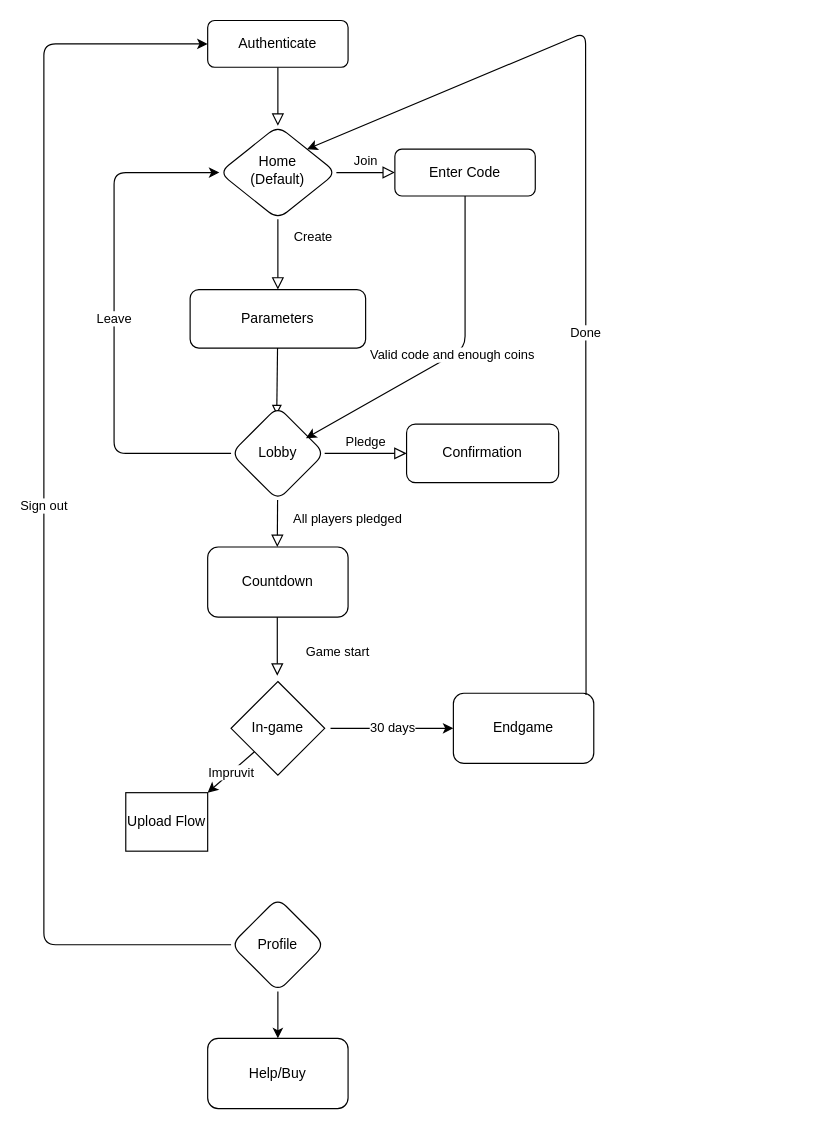
The draw.io diagram Impruvit.drawio in jasontran38/Impruvit, before the edit. Source tidied: cells renumbered, new cells numbered last; positions are measured from the earlier drawing's top-left corner, leaving out a move shared by most shapes. Both pictures are drawn from the tidied source at 117%, with x=0, y=0 at pixel (43, 20).
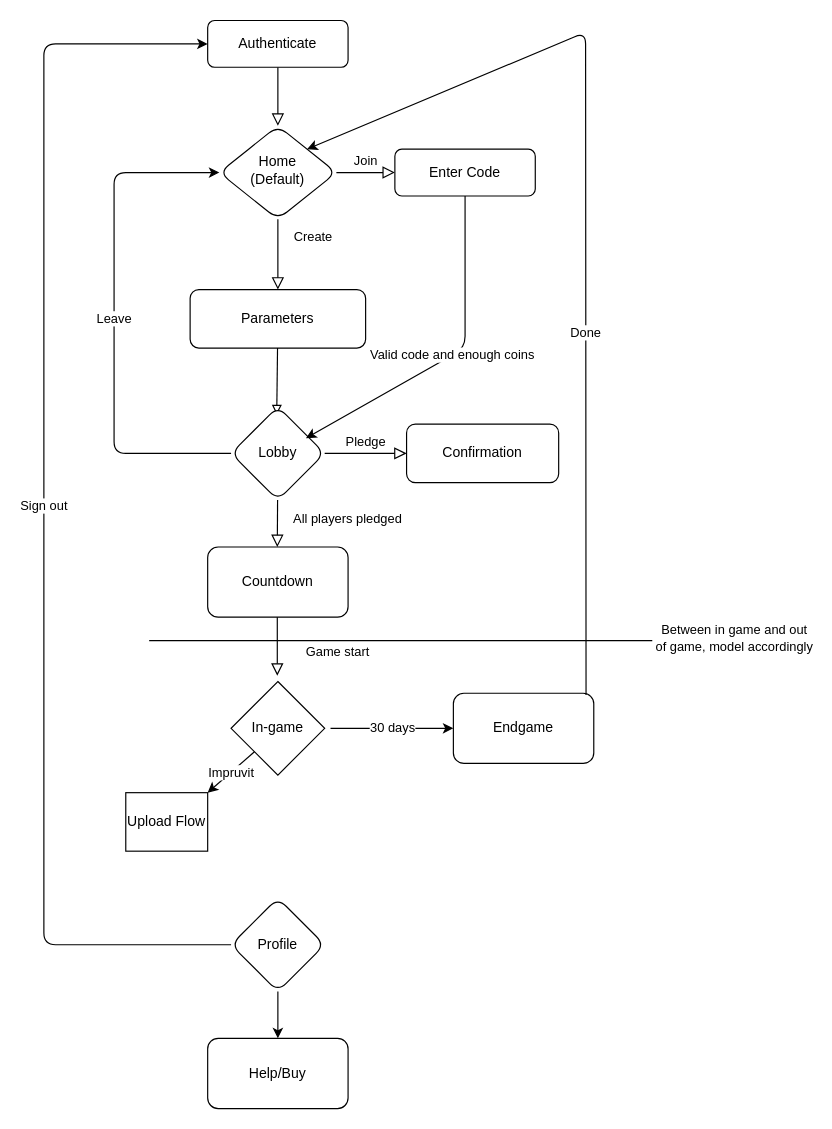
After the change.

The edit, as a diff of the source:
```diff
@@
+    <mxCell id="29" style="endArrow=none;html=1;" parent="1" edge="1">
+      <mxGeometry relative="1" as="geometry">
+        <mxPoint x="90" y="530" as="sourcePoint" />
+        <mxPoint x="520" y="530" as="targetPoint" />
+      </mxGeometry>
+    </mxCell>
+    <mxCell id="30" value="Between in game and out &lt;br&gt;of game, model accordingly" style="edgeLabel;html=1;align=center;verticalAlign=middle;" parent="29" vertex="1">
+      <mxGeometry x="0.43" y="3" relative="1" as="geometry">
+        <mxPoint x="192" as="offset" />
+      </mxGeometry>
+    </mxCell>
```
